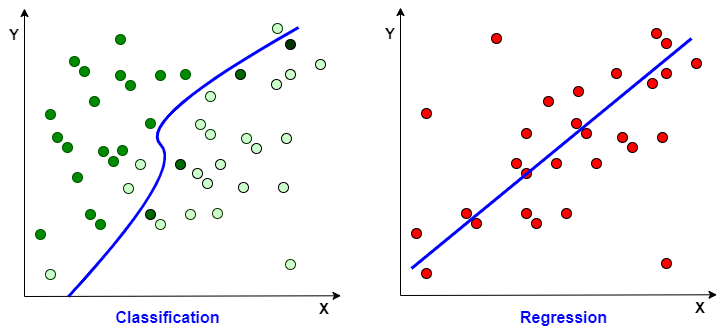
The draw.io diagram Regression_vs_Classification.png in satishgunjal/Images, before a commit. Source tidied: cells renumbered, new cells last; positions are measured from the earlier drawing's top-left corner, leaving out a move shared by most shapes.
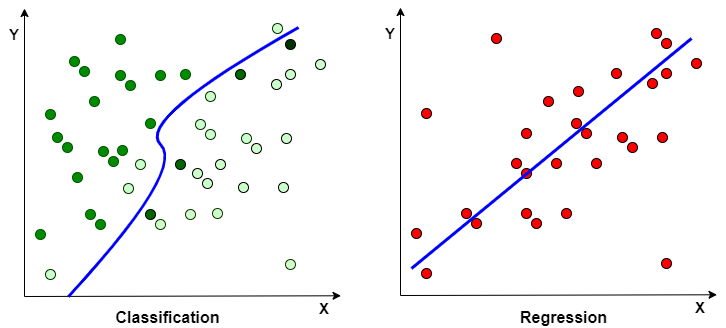
After the change.

What changed in the source:
```diff
@@ -273,10 +273,10 @@
     <mxCell id="84" style="ellipse;whiteSpace=wrap;html=1;fillColor=#008a00;fontFamily=Helvetica;fontSize=14;strokeColor=#005700;fontColor=#ffffff;" parent="1" vertex="1">
       <mxGeometry x="72" y="165" width="10" height="10" as="geometry" />
     </mxCell>
-    <mxCell id="85" value="Classification" style="text;html=1;strokeColor=none;fillColor=none;align=center;verticalAlign=middle;whiteSpace=wrap;rounded=0;fontStyle=1;fontSize=16;fontColor=#0000FF;" parent="1" vertex="1">
+    <mxCell id="85" value="Classification" style="text;html=1;strokeColor=none;fillColor=none;align=center;verticalAlign=middle;whiteSpace=wrap;rounded=0;fontStyle=1;fontSize=16;fontColor=#000000;" parent="1" vertex="1">
       <mxGeometry x="120" y="300" width="95" height="20" as="geometry" />
     </mxCell>
-    <mxCell id="86" value="Regression" style="text;html=1;strokeColor=none;fillColor=none;align=center;verticalAlign=middle;whiteSpace=wrap;rounded=0;fontStyle=1;fontSize=16;fontColor=#0000FF;" parent="1" vertex="1">
+    <mxCell id="86" value="Regression" style="text;html=1;strokeColor=none;fillColor=none;align=center;verticalAlign=middle;whiteSpace=wrap;rounded=0;fontStyle=1;fontSize=16;fontColor=#000000;" parent="1" vertex="1">
       <mxGeometry x="516" y="300" width="95" height="20" as="geometry" />
     </mxCell>
   </root>
```
